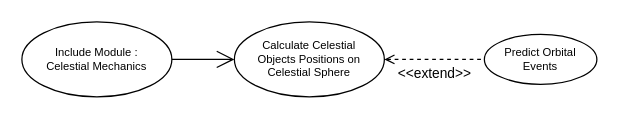
Before: Proposal Versions/v3/Use Case Digram/Files/celestialmechanics_usecase.drawio in QSSLibrary/Educational-Proposal, a draw.io diagram. Source tidied: cells renumbered, new cells numbered last; positions are measured from the earlier drawing's top-left corner, leaving out a move shared by most shapes. Both pictures are drawn from the tidied source at 125%, with x=0, y=0 at pixel (21, 21).
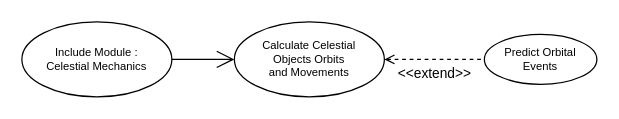
Above is the later version.

Change to the diagram source:
```diff
@@
 <mxGraphModel>
   <root>
     <mxCell id="0" />
     <mxCell id="1" parent="0" />
     <mxCell id="2" value="Include Module :&lt;div&gt;Celestial Mechanics&lt;/div&gt;" style="ellipse;whiteSpace=wrap;html=1;fontSize=9;" parent="1" vertex="1">
       <mxGeometry width="120" height="60" as="geometry" />
     </mxCell>
-    <mxCell id="3" value="Calculate Celestial&lt;div&gt;Objects Positions on&lt;div&gt;Celestial Sphere&lt;/div&gt;&lt;/div&gt;" style="ellipse;whiteSpace=wrap;html=1;fontSize=9;" parent="1" vertex="1">
+    <mxCell id="3" value="Calculate Celestial&lt;div&gt;Objects Orbits&lt;/div&gt;&lt;div&gt;and Movements&lt;/div&gt;" style="ellipse;whiteSpace=wrap;html=1;fontSize=9;" parent="1" vertex="1">
       <mxGeometry x="170" width="120" height="60" as="geometry" />
     </mxCell>
     <mxCell id="4" style="endArrow=open;endFill=1;endSize=12;html=1;rounded=0;exitX=1;exitY=0.5;exitDx=0;exitDy=0;entryX=0;entryY=0.5;entryDx=0;entryDy=0;" parent="1" edge="1" source="2" target="3">
       <mxGeometry relative="1" as="geometry" />
     </mxCell>
     <mxCell id="5" value="Predict Orbital&lt;div&gt;Events&lt;/div&gt;" style="ellipse;whiteSpace=wrap;html=1;fontSize=9;" parent="1" vertex="1">
       <mxGeometry x="370" y="10" width="90" height="40" as="geometry" />
     </mxCell>
     <mxCell id="6" value="&amp;lt;&amp;lt;extend&amp;gt;&amp;gt;" style="html=1;verticalAlign=bottom;labelBackgroundColor=none;endArrow=none;endFill=0;dashed=1;rounded=0;exitX=1;exitY=0.5;exitDx=0;exitDy=0;entryX=0;entryY=0.5;entryDx=0;entryDy=0;startArrow=open;startFill=0;" parent="1" edge="1" source="3" target="5">
       <mxGeometry y="-20" relative="1" as="geometry" />
     </mxCell>
   </root>
 </mxGraphModel>
```
